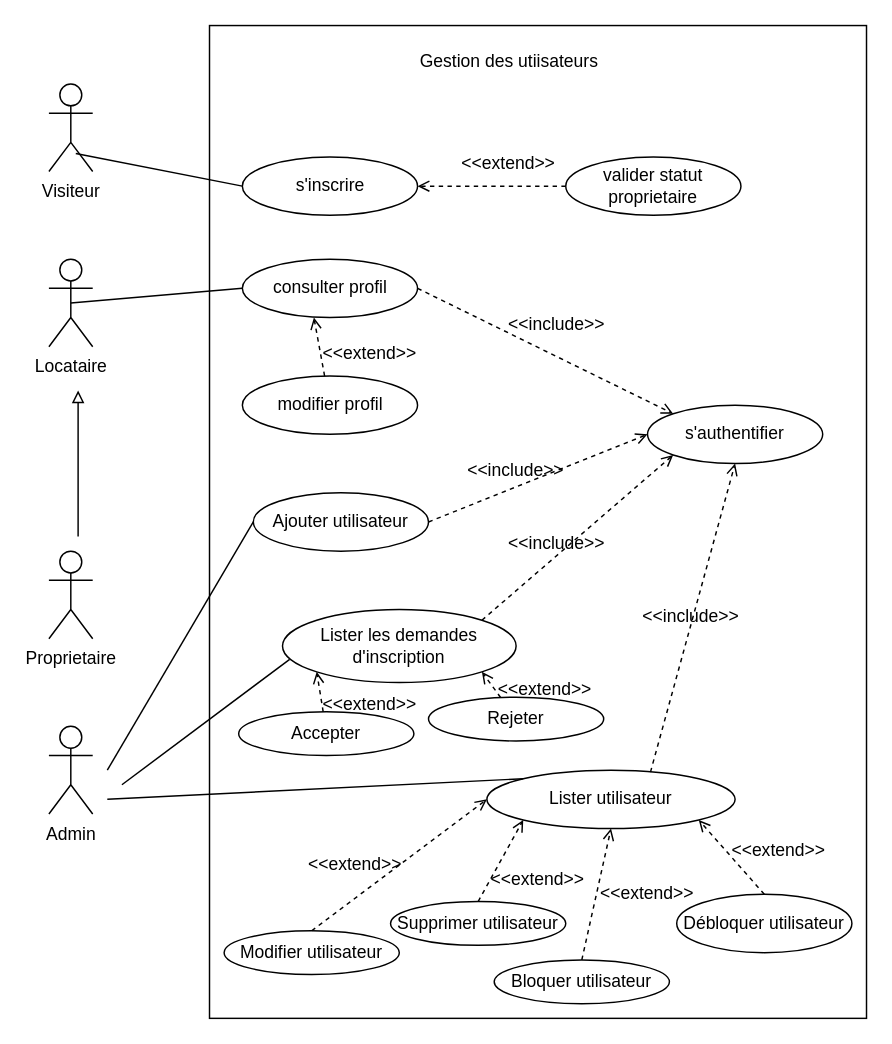
The draw.io diagram use case Gestion des utilisateurs.drawio in Tussa-D/diagramme_mrm, before the edit. Source tidied: cells renumbered, new cells numbered last; positions are measured from the earlier drawing's top-left corner, leaving out a move shared by most shapes. Both pictures are drawn from the tidied source at 146%, with x=0, y=0 at pixel (48, 25).
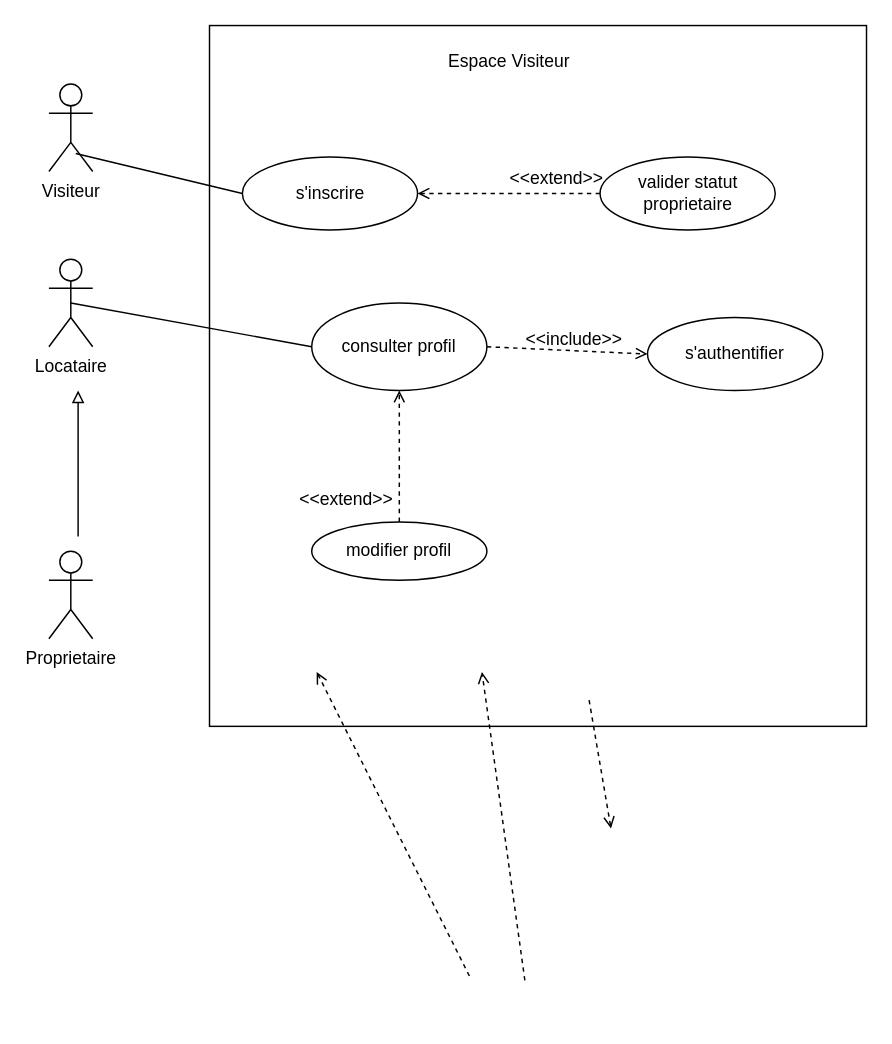
The same diagram, later.

Commit message:
use case Gestion visiteurs.drawio

Change to the diagram source:
```diff
@@
     <mxCell id="2" style="rounded=0;whiteSpace=wrap;html=1;fontFamily=Times New Roman;" parent="1" vertex="1">
-      <mxGeometry x="110" width="450" height="680" as="geometry" />
+      <mxGeometry x="110" width="450" height="480" as="geometry" />
     </mxCell>
-    <mxCell id="3" value="Gestion des utiisateurs" style="text;html=1;align=center;verticalAlign=middle;whiteSpace=wrap;rounded=0;" parent="1" vertex="1">
+    <mxCell id="3" value="Espace Visiteur" style="text;html=1;align=center;verticalAlign=middle;whiteSpace=wrap;rounded=0;" parent="1" vertex="1">
       <mxGeometry x="252.5" y="10" width="125" height="30" as="geometry" />
     </mxCell>
@@
-    <mxCell id="6" value="Admin" style="shape=umlActor;verticalLabelPosition=bottom;verticalAlign=top;html=1;" parent="1" vertex="1">
-      <mxGeometry y="480" width="30" height="60" as="geometry" />
-    </mxCell>
@@
     <mxCell id="8" value="s'inscrire" style="ellipse;whiteSpace=wrap;html=1;" parent="1" vertex="1">
-      <mxGeometry x="132.5" y="90" width="120" height="40" as="geometry" />
+      <mxGeometry x="132.5" y="90" width="120" height="50" as="geometry" />
     </mxCell>
     <mxCell id="9" value="valider statut proprietaire" style="ellipse;whiteSpace=wrap;html=1;" parent="1" vertex="1">
-      <mxGeometry x="354" y="90" width="120" height="40" as="geometry" />
+      <mxGeometry x="377.5" y="90" width="120" height="50" as="geometry" />
     </mxCell>
@@
     <mxCell id="11" value="consulter profil" style="ellipse;whiteSpace=wrap;html=1;" parent="1" vertex="1">
-      <mxGeometry x="132.5" y="160" width="120" height="40" as="geometry" />
+      <mxGeometry x="180" y="190" width="120" height="60" as="geometry" />
     </mxCell>
     <mxCell id="12" value="modifier profil" style="ellipse;whiteSpace=wrap;html=1;" parent="1" vertex="1">
-      <mxGeometry x="132.5" y="240" width="120" height="40" as="geometry" />
+      <mxGeometry x="180" y="340" width="120" height="40" as="geometry" />
     </mxCell>
-    <mxCell id="13" value="s'authentifier" style="ellipse;whiteSpace=wrap;html=1;" parent="1" vertex="1">
-      <mxGeometry x="410" y="260" width="120" height="40" as="geometry" />
-    </mxCell>
-    <mxCell id="14" value="Ajouter utilisateur" style="ellipse;whiteSpace=wrap;html=1;" parent="1" vertex="1">
-      <mxGeometry x="140" y="320" width="120" height="40" as="geometry" />
-    </mxCell>
-    <mxCell id="15" value="Lister les demandes d'inscription" style="ellipse;whiteSpace=wrap;html=1;" parent="1" vertex="1">
-      <mxGeometry x="160" y="400" width="160" height="50" as="geometry" />
-    </mxCell>
-    <mxCell id="16" value="Accepter" style="ellipse;whiteSpace=wrap;html=1;" parent="1" vertex="1">
-      <mxGeometry x="130" y="470" width="120" height="30" as="geometry" />
-    </mxCell>
-    <mxCell id="17" value="Rejeter" style="ellipse;whiteSpace=wrap;html=1;" parent="1" vertex="1">
-      <mxGeometry x="260" y="460" width="120" height="30" as="geometry" />
-    </mxCell>
@@
-    <mxCell id="19" style="endArrow=open;html=1;rounded=0;endFill=0;entryX=1;entryY=1;entryDx=0;entryDy=0;dashed=1;" parent="1" edge="1" source="12">
-      <mxGeometry relative="1" as="geometry">
-        <mxPoint x="181.5" y="200" as="targetPoint" />
-      </mxGeometry>
+    <mxCell id="19" style="endArrow=open;html=1;rounded=0;endFill=0;entryX=0.5;entryY=1;entryDx=0;entryDy=0;dashed=1;" parent="1" edge="1" source="12" target="11">
+      <mxGeometry relative="1" as="geometry" />
     </mxCell>
     <mxCell id="20" value="&amp;lt;&amp;lt;extend&amp;gt;&amp;gt;" style="text;html=1;align=center;verticalAlign=middle;whiteSpace=wrap;rounded=0;" parent="1" vertex="1">
-      <mxGeometry x="190" y="210" width="60" height="30" as="geometry" />
+      <mxGeometry x="174" y="310" width="60" height="30" as="geometry" />
     </mxCell>
-    <mxCell id="21" style="endArrow=open;html=1;rounded=0;endFill=0;entryX=0;entryY=0;entryDx=0;entryDy=0;dashed=1;exitX=1;exitY=0.5;exitDx=0;exitDy=0;" parent="1" edge="1" source="11" target="13">
+    <mxCell id="21" style="endArrow=open;html=1;rounded=0;endFill=0;entryX=0;entryY=0.5;entryDx=0;entryDy=0;dashed=1;exitX=1;exitY=0.5;exitDx=0;exitDy=0;" parent="1" edge="1" source="11" target="13">
       <mxGeometry relative="1" as="geometry" />
     </mxCell>
     <mxCell id="22" value="&amp;lt;&amp;lt;include&amp;gt;&amp;gt;" style="text;html=1;align=center;verticalAlign=middle;whiteSpace=wrap;rounded=0;" parent="1" vertex="1">
-      <mxGeometry x="317.5" y="190" width="60" height="30" as="geometry" />
+      <mxGeometry x="330" y="200" width="60" height="30" as="geometry" />
     </mxCell>
@@
-    <mxCell id="24" style="endArrow=none;html=1;rounded=0;entryX=0;entryY=0.5;entryDx=0;entryDy=0;" parent="1" edge="1">
-      <mxGeometry relative="1" as="geometry">
-        <mxPoint x="40" y="510" as="sourcePoint" />
-        <mxPoint x="140" y="340" as="targetPoint" />
-      </mxGeometry>
-    </mxCell>
-    <mxCell id="25" style="endArrow=none;html=1;rounded=0;entryX=0;entryY=1;entryDx=0;entryDy=0;" parent="1" edge="1">
-      <mxGeometry relative="1" as="geometry">
-        <mxPoint x="50" y="520" as="sourcePoint" />
-        <mxPoint x="164.9" y="434.1" as="targetPoint" />
-      </mxGeometry>
-    </mxCell>
-    <mxCell id="26" style="endArrow=open;html=1;rounded=0;endFill=0;entryX=0;entryY=0.5;entryDx=0;entryDy=0;dashed=1;exitX=1;exitY=0.5;exitDx=0;exitDy=0;" parent="1" edge="1" source="14" target="13">
-      <mxGeometry relative="1" as="geometry" />
-    </mxCell>
-    <mxCell id="27" value="&amp;lt;&amp;lt;include&amp;gt;&amp;gt;" style="text;html=1;align=center;verticalAlign=middle;whiteSpace=wrap;rounded=0;" parent="1" vertex="1">
-      <mxGeometry x="290" y="290" width="60" height="30" as="geometry" />
-    </mxCell>
-    <mxCell id="28" style="endArrow=open;html=1;rounded=0;endFill=0;dashed=1;entryX=1;entryY=1;entryDx=0;entryDy=0;" parent="1" edge="1" source="17" target="15">
-      <mxGeometry relative="1" as="geometry" />
+    <mxCell id="28" style="endArrow=open;html=1;rounded=0;endFill=0;dashed=1;entryX=1;entryY=1;entryDx=0;entryDy=0;" parent="1" edge="1">
+      <mxGeometry relative="1" as="geometry">
+        <mxPoint x="326" y="654" as="sourcePoint" />
+        <mxPoint x="296.6" y="442.7" as="targetPoint" />
+      </mxGeometry>
     </mxCell>
-    <mxCell id="29" style="endArrow=open;html=1;rounded=0;endFill=0;dashed=1;entryX=0;entryY=1;entryDx=0;entryDy=0;" parent="1" edge="1" source="16" target="15">
-      <mxGeometry relative="1" as="geometry" />
+    <mxCell id="29" style="endArrow=open;html=1;rounded=0;endFill=0;dashed=1;entryX=0;entryY=1;entryDx=0;entryDy=0;" parent="1" edge="1">
+      <mxGeometry relative="1" as="geometry">
+        <mxPoint x="288" y="651" as="sourcePoint" />
+        <mxPoint x="183.4" y="442.7" as="targetPoint" />
+      </mxGeometry>
     </mxCell>
-    <mxCell id="30" value="Lister utilisateur" style="ellipse;whiteSpace=wrap;html=1;" parent="1" vertex="1">
-      <mxGeometry x="300" y="510" width="170" height="40" as="geometry" />
-    </mxCell>
-    <mxCell id="31" value="Modifier utilisateur" style="ellipse;whiteSpace=wrap;html=1;" parent="1" vertex="1">
-      <mxGeometry x="120" y="620" width="120" height="30" as="geometry" />
-    </mxCell>
-    <mxCell id="32" value="Supprimer utilisateur" style="ellipse;whiteSpace=wrap;html=1;" parent="1" vertex="1">
-      <mxGeometry x="234" y="600" width="120" height="30" as="geometry" />
-    </mxCell>
-    <mxCell id="33" value="Bloquer utilisateur" style="ellipse;whiteSpace=wrap;html=1;" parent="1" vertex="1">
-      <mxGeometry x="305" y="640" width="120" height="30" as="geometry" />
-    </mxCell>
-    <mxCell id="34" value="Débloquer utilisateur" style="ellipse;whiteSpace=wrap;html=1;" parent="1" vertex="1">
-      <mxGeometry x="430" y="595" width="120" height="40" as="geometry" />
-    </mxCell>
-    <mxCell id="35" style="endArrow=open;html=1;rounded=0;endFill=0;entryX=0.5;entryY=1;entryDx=0;entryDy=0;dashed=1;exitX=0.659;exitY=0.033;exitDx=0;exitDy=0;exitPerimeter=0;" parent="1" edge="1" source="30" target="13">
-      <mxGeometry relative="1" as="geometry" />
-    </mxCell>
-    <mxCell id="36" value="&amp;lt;&amp;lt;include&amp;gt;&amp;gt;" style="text;html=1;align=center;verticalAlign=middle;whiteSpace=wrap;rounded=0;" parent="1" vertex="1">
-      <mxGeometry x="410" y="390" width="60" height="30" as="geometry" />
-    </mxCell>
-    <mxCell id="37" style="endArrow=open;html=1;rounded=0;endFill=0;entryX=0;entryY=0.5;entryDx=0;entryDy=0;dashed=1;exitX=0.5;exitY=0;exitDx=0;exitDy=0;" parent="1" edge="1" source="31" target="30">
-      <mxGeometry relative="1" as="geometry" />
-    </mxCell>
-    <mxCell id="38" style="endArrow=open;html=1;rounded=0;endFill=0;dashed=1;exitX=0.5;exitY=0;exitDx=0;exitDy=0;entryX=0;entryY=1;entryDx=0;entryDy=0;" parent="1" edge="1" source="32" target="30">
-      <mxGeometry relative="1" as="geometry" />
-    </mxCell>
-    <mxCell id="39" style="endArrow=open;html=1;rounded=0;endFill=0;entryX=0.5;entryY=1;entryDx=0;entryDy=0;dashed=1;exitX=0.5;exitY=0;exitDx=0;exitDy=0;" parent="1" edge="1" source="33" target="30">
-      <mxGeometry relative="1" as="geometry" />
+    <mxCell id="39" style="endArrow=open;html=1;rounded=0;endFill=0;entryX=0.5;entryY=1;entryDx=0;entryDy=0;dashed=1;exitX=0.5;exitY=0;exitDx=0;exitDy=0;" parent="1" edge="1">
+      <mxGeometry relative="1" as="geometry">
+        <mxPoint x="370" y="462" as="sourcePoint" />
+        <mxPoint x="385" y="550" as="targetPoint" />
+      </mxGeometry>
     </mxCell>
-    <mxCell id="40" style="endArrow=open;html=1;rounded=0;endFill=0;entryX=1;entryY=1;entryDx=0;entryDy=0;dashed=1;exitX=0.5;exitY=0;exitDx=0;exitDy=0;" parent="1" edge="1" source="34" target="30">
-      <mxGeometry relative="1" as="geometry" />
-    </mxCell>
-    <mxCell id="41" style="endArrow=open;html=1;rounded=0;endFill=0;entryX=0;entryY=1;entryDx=0;entryDy=0;dashed=1;exitX=1;exitY=0;exitDx=0;exitDy=0;" parent="1" edge="1" source="15" target="13">
-      <mxGeometry relative="1" as="geometry" />
-    </mxCell>
-    <mxCell id="42" value="&amp;lt;&amp;lt;include&amp;gt;&amp;gt;" style="text;html=1;align=center;verticalAlign=middle;whiteSpace=wrap;rounded=0;" parent="1" vertex="1">
-      <mxGeometry x="317.5" y="340" width="60" height="30" as="geometry" />
-    </mxCell>
-    <mxCell id="43" style="endArrow=none;html=1;rounded=0;entryX=0;entryY=0;entryDx=0;entryDy=0;" parent="1" edge="1" target="30">
-      <mxGeometry relative="1" as="geometry">
-        <mxPoint x="40" y="530" as="sourcePoint" />
-      </mxGeometry>
-    </mxCell>
-    <mxCell id="44" value="&amp;lt;&amp;lt;extend&amp;gt;&amp;gt;" style="text;html=1;align=center;verticalAlign=middle;whiteSpace=wrap;rounded=0;" parent="1" vertex="1">
-      <mxGeometry x="180" y="560" width="60" height="30" as="geometry" />
-    </mxCell>
-    <mxCell id="45" value="&amp;lt;&amp;lt;extend&amp;gt;&amp;gt;" style="text;html=1;align=center;verticalAlign=middle;whiteSpace=wrap;rounded=0;" parent="1" vertex="1">
-      <mxGeometry x="380" y="580" width="60" height="30" as="geometry" />
-    </mxCell>
-    <mxCell id="46" value="&amp;lt;&amp;lt;extend&amp;gt;&amp;gt;" style="text;html=1;align=center;verticalAlign=middle;whiteSpace=wrap;rounded=0;" parent="1" vertex="1">
-      <mxGeometry x="470" y="550" width="60" height="30" as="geometry" />
-    </mxCell>
-    <mxCell id="47" value="&amp;lt;&amp;lt;extend&amp;gt;&amp;gt;" style="text;html=1;align=center;verticalAlign=middle;whiteSpace=wrap;rounded=0;" parent="1" vertex="1">
-      <mxGeometry x="305" y="570" width="60" height="30" as="geometry" />
-    </mxCell>
-    <mxCell id="48" value="&amp;lt;&amp;lt;extend&amp;gt;&amp;gt;" style="text;html=1;align=center;verticalAlign=middle;whiteSpace=wrap;rounded=0;" parent="1" vertex="1">
-      <mxGeometry x="190" y="450" width="60" height="30" as="geometry" />
-    </mxCell>
-    <mxCell id="49" value="&amp;lt;&amp;lt;extend&amp;gt;&amp;gt;" style="text;html=1;align=center;verticalAlign=middle;whiteSpace=wrap;rounded=0;" parent="1" vertex="1">
-      <mxGeometry x="310" y="440" width="60" height="30" as="geometry" />
-    </mxCell>
@@
     <mxCell id="51" value="&amp;lt;&amp;lt;extend&amp;gt;&amp;gt;" style="text;html=1;align=center;verticalAlign=middle;whiteSpace=wrap;rounded=0;" parent="1" vertex="1">
-      <mxGeometry x="285" y="80" width="60" height="30" as="geometry" />
+      <mxGeometry x="317.5" y="90" width="60" height="30" as="geometry" />
     </mxCell>
+    <mxCell id="13" value="s'authentifier" style="ellipse;whiteSpace=wrap;html=1;" parent="1" vertex="1">
+      <mxGeometry x="410" y="200" width="120" height="50" as="geometry" />
+    </mxCell>
```
